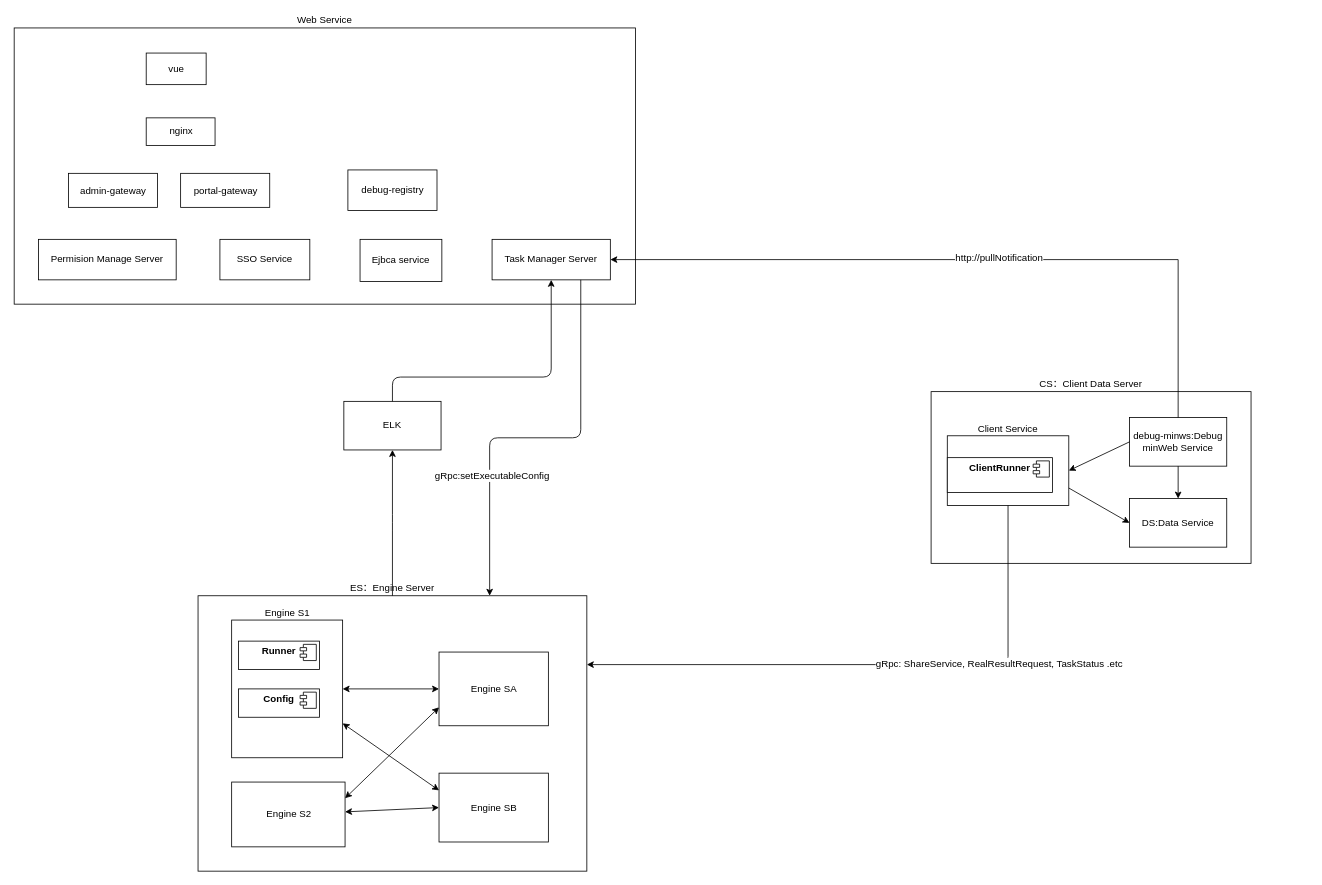
yankaili2006/wiki keeps this draw.io diagram as privpy_sketch.drawio. Above is the earlier version. Source tidied: cells renumbered, new cells numbered last; positions are measured from the earlier drawing's top-left corner, leaving out a move shared by most shapes. Both pictures are drawn from the tidied source at 81%, with x=0, y=0 at pixel (14, 28).
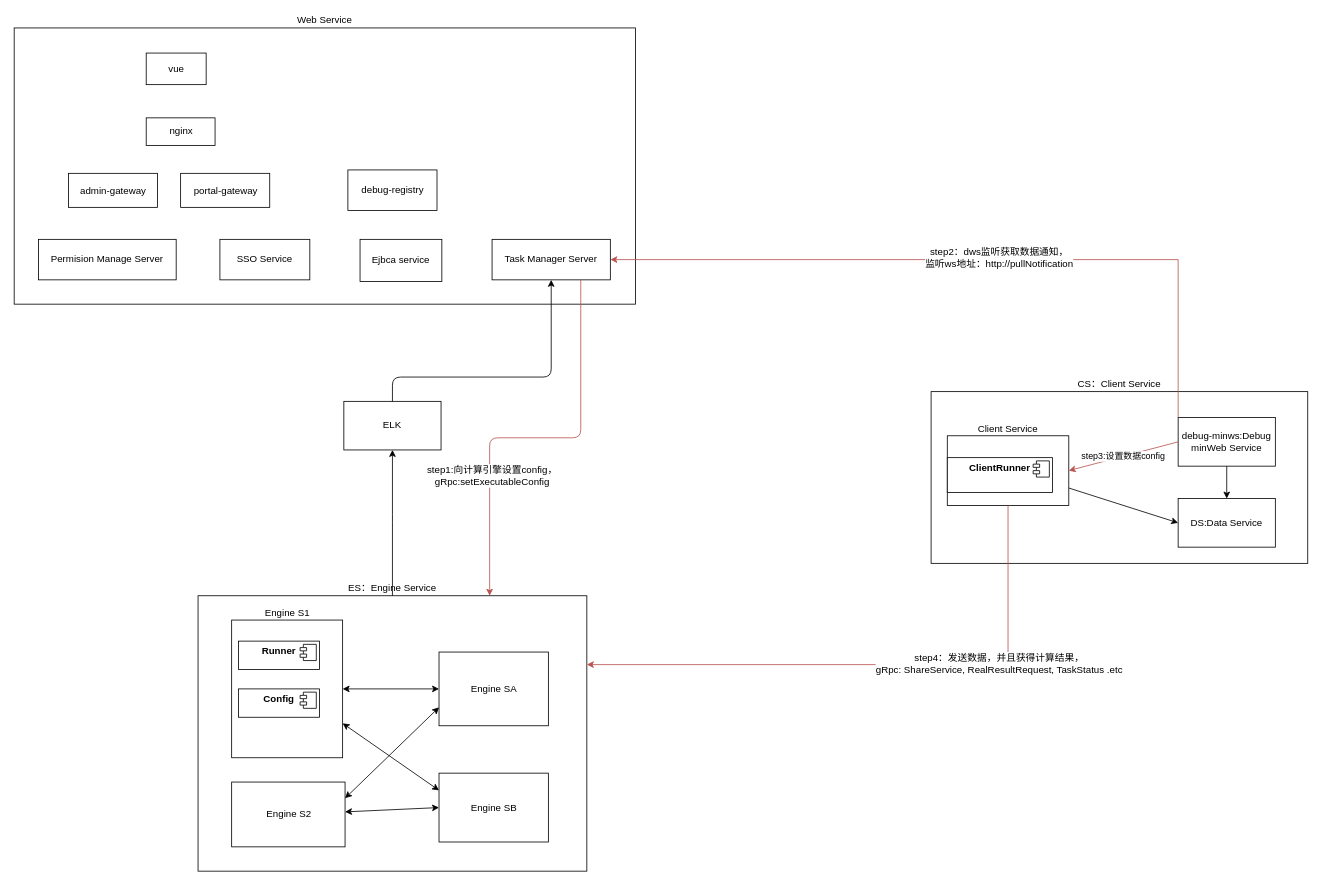
Above is the later version.

The change refers to these unchanged cells:
```xml
<mxCell id="3" value="Task Manager Server" style="whiteSpace=wrap;html=1;align=center;labelPosition=center;verticalLabelPosition=middle;verticalAlign=middle;" parent="2" vertex="1">
  <mxGeometry x="590" y="261" width="146" height="50" as="geometry" />
</mxCell>
<mxCell id="29" value="Client Service" style="whiteSpace=wrap;html=1;align=center;labelPosition=center;verticalLabelPosition=top;verticalAlign=bottom;" parent="25" vertex="1">
  <mxGeometry x="20" y="54.5" width="150" height="86" as="geometry" />
</mxCell>
```

Diff of the diagram source:
```diff
@@
-    <mxCell id="12" value="ES：Engine Server" style="whiteSpace=wrap;html=1;align=center;labelPosition=center;verticalLabelPosition=top;verticalAlign=bottom;" parent="1" vertex="1">
+    <mxCell id="12" value="ES：Engine Service" style="whiteSpace=wrap;html=1;align=center;labelPosition=center;verticalLabelPosition=top;verticalAlign=bottom;" parent="1" vertex="1">
       <mxGeometry x="227" y="701" width="480" height="340" as="geometry" />
     </mxCell>
@@
-    <mxCell id="25" value="CS：Client Data Server" style="whiteSpace=wrap;html=1;align=center;labelPosition=center;verticalLabelPosition=top;verticalAlign=bottom;" parent="1" vertex="1">
-      <mxGeometry x="1132" y="449" width="395" height="212" as="geometry" />
+    <mxCell id="25" value="CS：Client Service" style="whiteSpace=wrap;html=1;align=center;labelPosition=center;verticalLabelPosition=top;verticalAlign=bottom;" parent="1" vertex="1">
+      <mxGeometry x="1132" y="449" width="465" height="212" as="geometry" />
     </mxCell>
     <mxCell id="26" value="debug-minws:Debug minWeb Service" style="whiteSpace=wrap;html=1;align=center;" parent="25" vertex="1">
-      <mxGeometry x="245" y="32" width="120" height="60" as="geometry" />
+      <mxGeometry x="305" y="32" width="120" height="60" as="geometry" />
     </mxCell>
     <mxCell id="27" value="DS:Data Service" style="whiteSpace=wrap;html=1;align=center;labelPosition=center;verticalLabelPosition=middle;verticalAlign=middle;" parent="25" vertex="1">
-      <mxGeometry x="245" y="132" width="120" height="60" as="geometry" />
+      <mxGeometry x="305" y="132" width="120" height="60" as="geometry" />
     </mxCell>
@@
-    <mxCell id="32" style="endArrow=classic;html=1;exitX=0;exitY=0.5;exitDx=0;exitDy=0;entryX=1;entryY=0.5;entryDx=0;entryDy=0;" parent="25" edge="1" source="26" target="29">
+    <mxCell id="32" value="step3:设置数据config" style="endArrow=classic;html=1;exitX=0;exitY=0.5;exitDx=0;exitDy=0;entryX=1;entryY=0.5;entryDx=0;entryDy=0;fillColor=#f8cecc;strokeColor=#b85450;" parent="25" edge="1" source="26" target="29">
       <mxGeometry relative="1" as="geometry" />
     </mxCell>
@@
-    <mxCell id="35" style="edgeStyle=elbowEdgeStyle;elbow=horizontal;endArrow=classic;html=1;entryX=1;entryY=0.25;entryDx=0;entryDy=0;exitX=0.5;exitY=1;exitDx=0;exitDy=0;" parent="1" edge="1" source="29" target="12">
+    <mxCell id="35" style="edgeStyle=elbowEdgeStyle;elbow=horizontal;endArrow=classic;html=1;entryX=1;entryY=0.25;entryDx=0;entryDy=0;exitX=0.5;exitY=1;exitDx=0;exitDy=0;fillColor=#f8cecc;strokeColor=#b85450;" parent="1" edge="1" source="29" target="12">
       <mxGeometry relative="1" as="geometry">
         <Array as="points">
           <mxPoint x="1227" y="691" />
         </Array>
       </mxGeometry>
     </mxCell>
-    <mxCell id="36" value="gRpc: ShareService, RealResultRequest, TaskStatus .etc" style="text;html=1;align=center;verticalAlign=middle;labelBackgroundColor=#ffffff;" parent="35" vertex="1">
+    <mxCell id="36" value="step4：发送数据，并且获得计算结果，&lt;br&gt;gRpc: ShareService, RealResultRequest, TaskStatus .etc" style="text;html=1;align=center;verticalAlign=middle;labelBackgroundColor=#ffffff;" parent="35" vertex="1">
       <mxGeometry x="-0.42" y="-2" relative="1" as="geometry" />
     </mxCell>
@@
-    <mxCell id="39" style="edgeStyle=orthogonalEdgeStyle;rounded=0;jettySize=auto;html=1;entryX=1;entryY=0.5;entryDx=0;entryDy=0;" parent="1" edge="1" source="26" target="3">
+    <mxCell id="39" style="edgeStyle=orthogonalEdgeStyle;rounded=0;jettySize=auto;html=1;entryX=1;entryY=0.5;entryDx=0;entryDy=0;fillColor=#f8cecc;strokeColor=#b85450;" parent="1" edge="1" source="26" target="3">
       <mxGeometry relative="1" as="geometry">
         <Array as="points">
           <mxPoint x="1437" y="286" />
         </Array>
       </mxGeometry>
     </mxCell>
-    <mxCell id="40" value="http://pullNotification" style="text;html=1;align=center;verticalAlign=middle;labelBackgroundColor=#ffffff;" parent="39" vertex="1">
+    <mxCell id="40" value="step2：dws监听获取数据通知，&lt;br&gt;监听ws地址：http://pullNotification" style="text;html=1;align=center;verticalAlign=middle;labelBackgroundColor=#ffffff;" parent="39" vertex="1">
       <mxGeometry x="-0.07" y="-3" relative="1" as="geometry" />
     </mxCell>
-    <mxCell id="41" style="edgeStyle=elbowEdgeStyle;elbow=vertical;endArrow=classic;html=1;exitX=0.75;exitY=1;exitDx=0;exitDy=0;entryX=0.75;entryY=0;entryDx=0;entryDy=0;" parent="1" edge="1" source="3" target="12">
+    <mxCell id="41" style="edgeStyle=elbowEdgeStyle;elbow=vertical;endArrow=classic;html=1;exitX=0.75;exitY=1;exitDx=0;exitDy=0;entryX=0.75;entryY=0;entryDx=0;entryDy=0;fillColor=#f8cecc;strokeColor=#b85450;" parent="1" edge="1" source="3" target="12">
       <mxGeometry relative="1" as="geometry" />
     </mxCell>
-    <mxCell id="42" value="gRpc:setExecutableConfig" style="text;html=1;align=center;verticalAlign=middle;labelBackgroundColor=#ffffff;" parent="41" vertex="1">
+    <mxCell id="42" value="step1:向计算引擎设置config，&lt;br&gt;gRpc:setExecutableConfig" style="text;html=1;align=center;verticalAlign=middle;labelBackgroundColor=#ffffff;" parent="41" vertex="1">
       <mxGeometry x="0.41" y="2" relative="1" as="geometry" />
     </mxCell>
```
